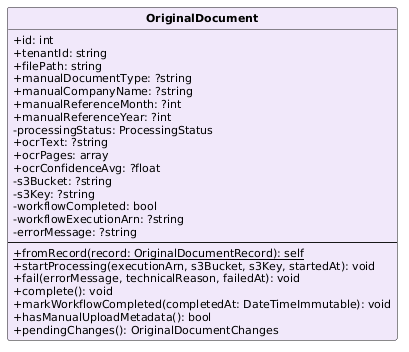
The PlantUML diagram PB/Specifica Tecnica/ImmaginiSpecificaTecnica/ClassiSingole/OriginalDocument.png in aLittleByte-19/Documentazione, before a commit.
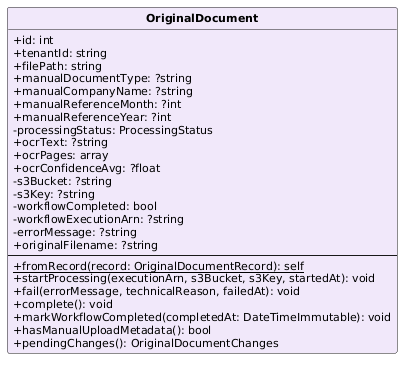
The same diagram one commit later.

Change to the diagram source:
```diff
@@ -22,6 +22,7 @@
   -workflowCompleted: bool
   -workflowExecutionArn: ?string
   -errorMessage: ?string
+  +originalFilename: ?string
   --
   {static} +fromRecord(record: OriginalDocumentRecord): self
   +startProcessing(executionArn, s3Bucket, s3Key, startedAt): void
```
